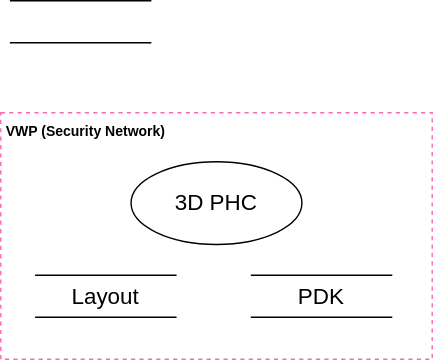
Above: context_diagram.svg in with2say/swarchitect (draw.io), before the change. Source tidied: cells renumbered, new cells last; positions are measured from the earlier drawing's top-left corner, leaving out a move shared by most shapes.
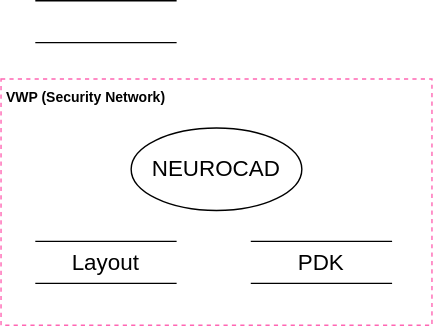
Above is the later version.

Change to the diagram source:
```diff
@@ -8,14 +8,14 @@
     <mxCell id="3" value="Layout" style="html=1;dashed=0;whiteSpace=wrap;shape=partialRectangle;right=0;left=0;fontSize=16;" parent="1" vertex="1">
       <mxGeometry x="25" y="196" width="100" height="30" as="geometry" />
     </mxCell>
-    <mxCell id="4" value="3D PHC" style="ellipse;whiteSpace=wrap;html=1;fontSize=16;" parent="1" vertex="1">
+    <mxCell id="4" value="NEUROCAD" style="ellipse;whiteSpace=wrap;html=1;fontSize=16;" parent="1" vertex="1">
       <mxGeometry x="93" y="115" width="122" height="59" as="geometry" />
     </mxCell>
     <mxCell id="5" value="PDK" style="html=1;dashed=0;whiteSpace=wrap;shape=partialRectangle;right=0;left=0;fontSize=16;" parent="1" vertex="1">
       <mxGeometry x="179" y="196" width="100" height="30" as="geometry" />
     </mxCell>
     <mxCell id="6" style="html=1;dashed=0;whiteSpace=wrap;shape=partialRectangle;right=0;left=0;fontSize=16;" parent="1" vertex="1">
-      <mxGeometry x="7" width="100" height="30" as="geometry" />
+      <mxGeometry x="25" y="24" width="100" height="30" as="geometry" />
     </mxCell>
   </root>
 </mxGraphModel>
```
